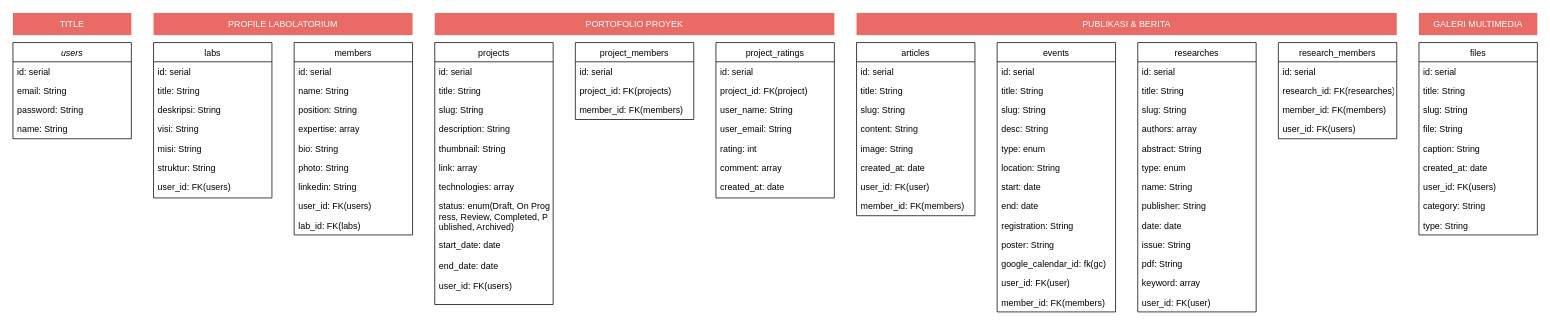
Before: pblwebdb.drawio in Wahdaapf/All-About-DrawIo, a draw.io diagram. Source tidied: cells renumbered, new cells numbered last; positions are measured from the earlier drawing's top-left corner, leaving out a move shared by most shapes. Both pictures are drawn from the tidied source at 74%, with x=0, y=0 at pixel (13, 13).
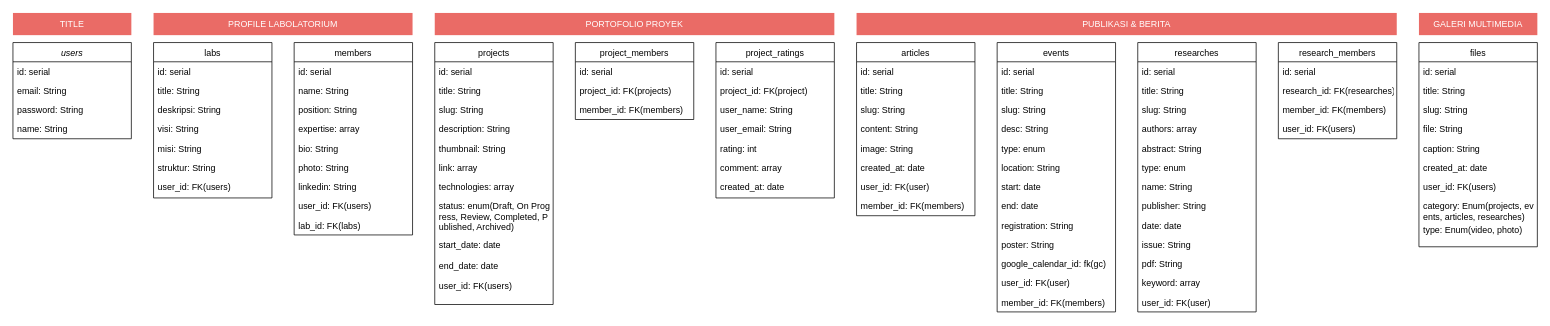
The same diagram, later.

Change to the diagram source:
```diff
@@
     <mxCell id="82" value="files" style="swimlane;fontStyle=0;align=center;verticalAlign=top;horizontal=1;startSize=26;rounded=0;shadow=0;strokeWidth=1;" parent="1" vertex="1">
-      <mxGeometry x="1900" y="40" width="160" height="260" as="geometry" />
+      <mxGeometry x="1900" y="40" width="160" height="276" as="geometry" />
     </mxCell>
@@
-    <mxCell id="90" value="category: String" style="text;align=left;verticalAlign=top;spacingLeft=4;spacingRight=4;overflow=hidden;" parent="82" vertex="1">
-      <mxGeometry y="208" width="160" height="26" as="geometry" />
+    <mxCell id="90" value="category: Enum(projects, ev&#10;ents, articles, researches)" style="text;align=left;verticalAlign=top;spacingLeft=4;spacingRight=4;overflow=hidden;" parent="82" vertex="1">
+      <mxGeometry y="208" width="160" height="32" as="geometry" />
     </mxCell>
-    <mxCell id="91" value="type: String" style="text;align=left;verticalAlign=top;spacingLeft=4;spacingRight=4;overflow=hidden;" parent="82" vertex="1">
-      <mxGeometry y="234" width="160" height="26" as="geometry" />
+    <mxCell id="91" value="type: Enum(video, photo)" style="text;align=left;verticalAlign=top;spacingLeft=4;spacingRight=4;overflow=hidden;" parent="82" vertex="1">
+      <mxGeometry y="240" width="160" height="26" as="geometry" />
     </mxCell>
```
